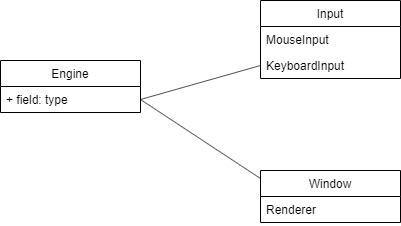
Earlier version of the draw.io export dokumentaatio/Kuvat/alustavatluokat.png (brontto/ot-LightWeightSaurus). Source tidied: cells renumbered, new cells last; positions are measured from the earlier drawing's top-left corner, leaving out a move shared by most shapes. Source of this version:
```xml
<mxGraphModel>
  <root>
    <mxCell id="0" />
    <mxCell id="1" parent="0" />
    <mxCell id="2" value="Engine" style="swimlane;fontStyle=0;horizontal=1;startSize=26;fillColor=none;" parent="1" vertex="1">
      <mxGeometry y="60" width="140" height="52" as="geometry" />
    </mxCell>
    <mxCell id="3" value="+ field: type" style="text;strokeColor=none;fillColor=none;align=left;verticalAlign=top;spacingLeft=4;spacingRight=4;overflow=hidden;points=[[0,0.5],[1,0.5]];portConstraint=eastwest;" parent="2" vertex="1">
      <mxGeometry y="26" width="140" height="26" as="geometry" />
    </mxCell>
    <mxCell id="4" value="Input" style="swimlane;fontStyle=0;horizontal=1;startSize=26;fillColor=none;" parent="1" vertex="1">
      <mxGeometry x="260" width="140" height="78" as="geometry" />
    </mxCell>
    <mxCell id="5" value="MouseInput" style="text;strokeColor=none;fillColor=none;align=left;verticalAlign=top;spacingLeft=4;spacingRight=4;overflow=hidden;" parent="4" vertex="1">
      <mxGeometry y="26" width="140" height="26" as="geometry" />
    </mxCell>
    <mxCell id="6" value="KeyboardInput" style="text;strokeColor=none;fillColor=none;align=left;verticalAlign=top;spacingLeft=4;spacingRight=4;overflow=hidden;points=[[0,0.5],[1,0.5]];portConstraint=eastwest;" parent="4" vertex="1">
      <mxGeometry y="52" width="140" height="26" as="geometry" />
    </mxCell>
    <mxCell id="7" value="Window" style="swimlane;fontStyle=0;horizontal=1;startSize=26;fillColor=none;" parent="1" vertex="1">
      <mxGeometry x="260" y="170" width="140" height="52" as="geometry" />
    </mxCell>
    <mxCell id="8" value="Renderer" style="text;strokeColor=none;fillColor=none;align=left;verticalAlign=top;spacingLeft=4;spacingRight=4;overflow=hidden;" parent="7" vertex="1">
      <mxGeometry y="26" width="140" height="26" as="geometry" />
    </mxCell>
    <mxCell id="9" style="endArrow=none;html=1;entryX=0;entryY=0.154;entryDx=0;entryDy=0;entryPerimeter=0;exitX=1;exitY=0.5;exitDx=0;exitDy=0;" parent="1" edge="1" source="3" target="7">
      <mxGeometry relative="1" as="geometry" />
    </mxCell>
    <mxCell id="10" style="endArrow=none;html=1;entryX=0;entryY=0.5;entryDx=0;entryDy=0;exitX=1;exitY=0.5;exitDx=0;exitDy=0;" parent="1" edge="1" target="6">
      <mxGeometry relative="1" as="geometry">
        <mxPoint x="140" y="99" as="sourcePoint" />
      </mxGeometry>
    </mxCell>
  </root>
</mxGraphModel>
```
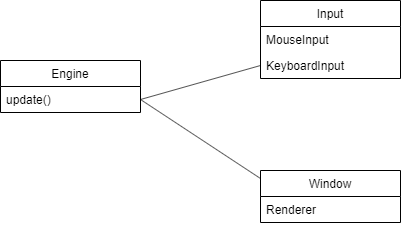
Later version of the same file.

Commit message:
uus kaavio

What changed in the source:
```diff
@@ -5,7 +5,7 @@
     <mxCell id="2" value="Engine" style="swimlane;fontStyle=0;horizontal=1;startSize=26;fillColor=none;" parent="1" vertex="1">
       <mxGeometry y="60" width="140" height="52" as="geometry" />
     </mxCell>
-    <mxCell id="3" value="+ field: type" style="text;strokeColor=none;fillColor=none;align=left;verticalAlign=top;spacingLeft=4;spacingRight=4;overflow=hidden;points=[[0,0.5],[1,0.5]];portConstraint=eastwest;" parent="2" vertex="1">
+    <mxCell id="3" value="update()" style="text;strokeColor=none;fillColor=none;align=left;verticalAlign=top;spacingLeft=4;spacingRight=4;overflow=hidden;points=[[0,0.5],[1,0.5]];portConstraint=eastwest;" parent="2" vertex="1">
       <mxGeometry y="26" width="140" height="26" as="geometry" />
     </mxCell>
     <mxCell id="4" value="Input" style="swimlane;fontStyle=0;horizontal=1;startSize=26;fillColor=none;" parent="1" vertex="1">
```
